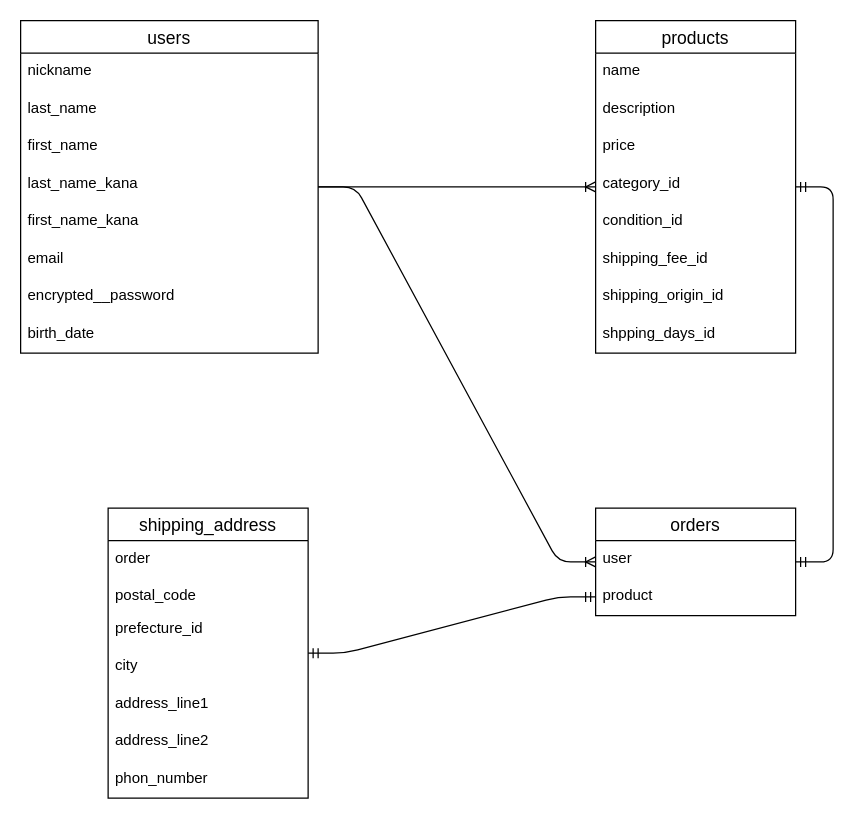
Earlier version of the draw.io diagram furima-41734.dio (comet-a1/furima-41734). Source tidied: cells renumbered, new cells numbered last; positions are measured from the earlier drawing's top-left corner, leaving out a move shared by most shapes. Both pictures are drawn from the tidied source at 125%, with x=0, y=0 at pixel (20, 20).
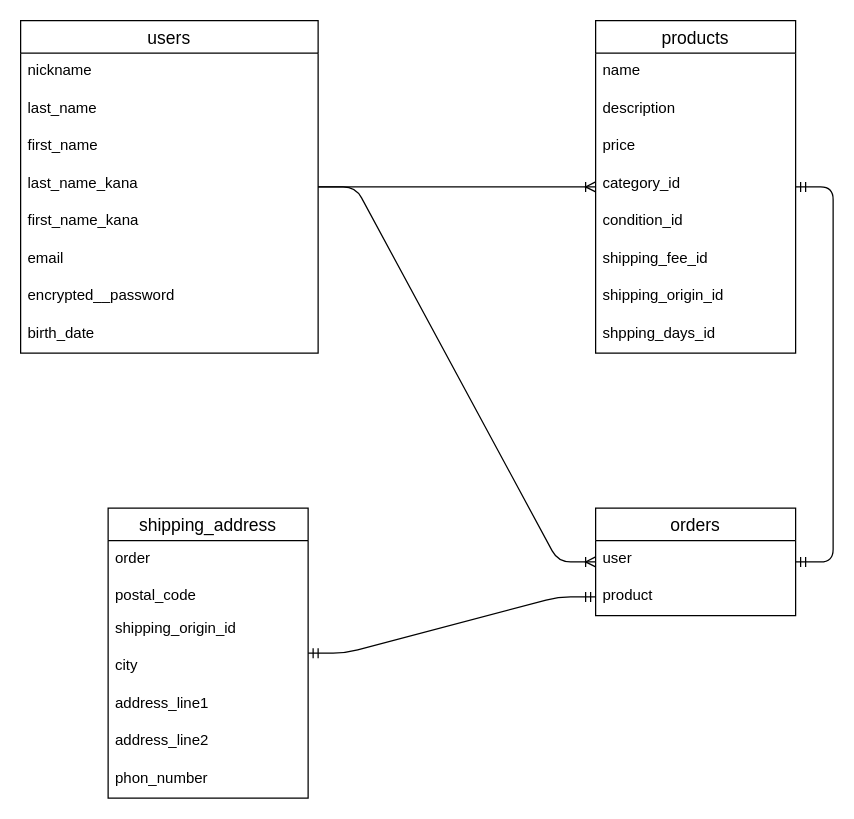
The same page after the edit.

Commit message:
データベース設計の修正３

The change refers to these unchanged cells:
```xml
<mxCell id="24" value="shipping_address" style="swimlane;fontStyle=0;horizontal=1;startSize=26;align=center;fontSize=14;" parent="1" vertex="1">
  <mxGeometry x="70" y="390" width="160" height="232" as="geometry" />
</mxCell>
```

The edit, as a diff of the source:
```diff
@@
-    <mxCell id="27" value="prefecture_id" style="text;strokeColor=none;fillColor=none;spacingLeft=4;spacingRight=4;overflow=hidden;fontSize=12;" parent="24" vertex="1">
+    <mxCell id="27" value="shipping_origin_id" style="text;strokeColor=none;fillColor=none;spacingLeft=4;spacingRight=4;overflow=hidden;fontSize=12;" parent="24" vertex="1">
       <mxGeometry y="82" width="160" height="30" as="geometry" />
     </mxCell>
```
